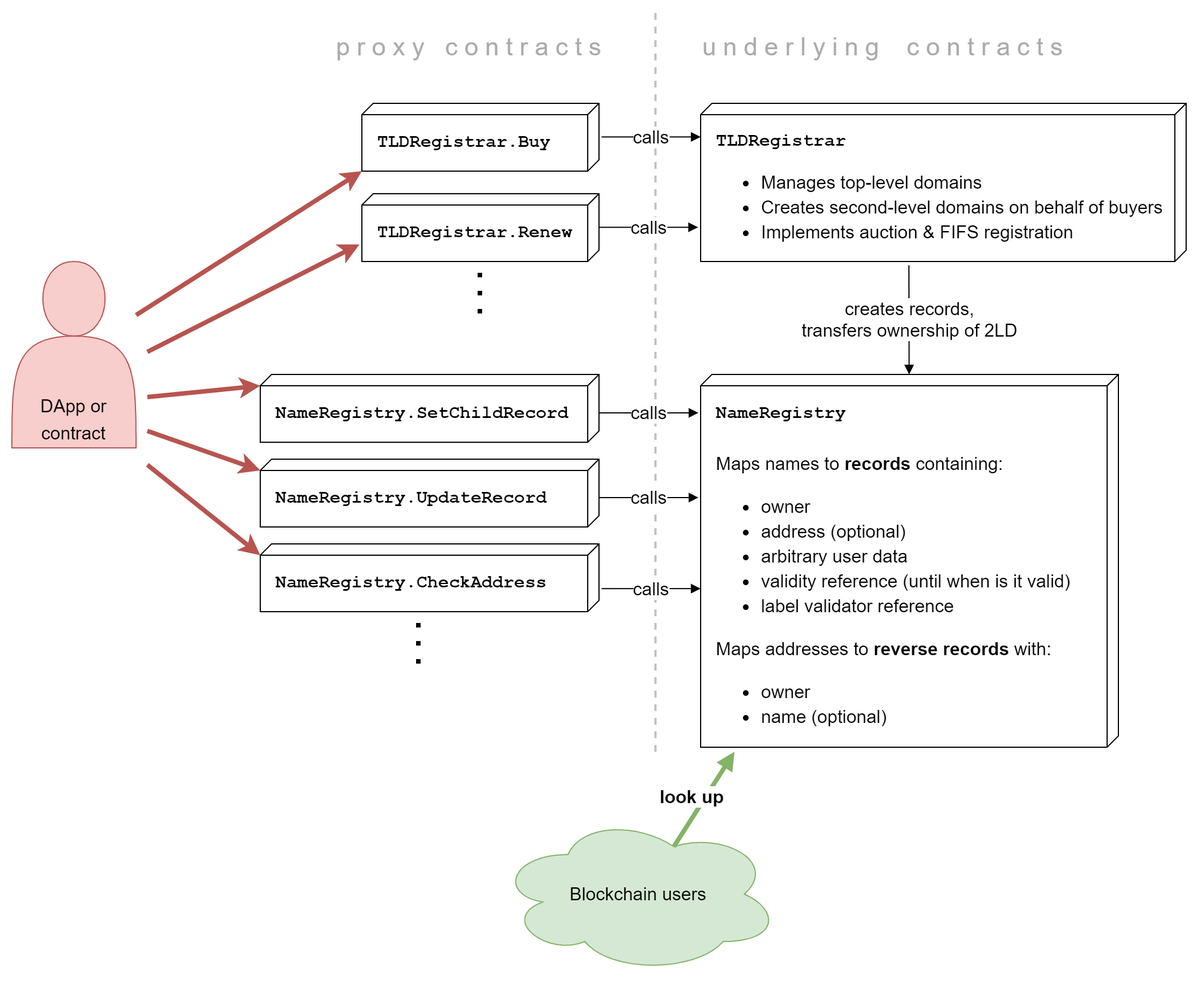
Earlier version of the draw.io export .gitbook/assets/smart_contracts.png (tezos-domains/docs). Source tidied: cells renumbered, new cells last; positions are measured from the earlier drawing's top-left corner, leaving out a move shared by most shapes.
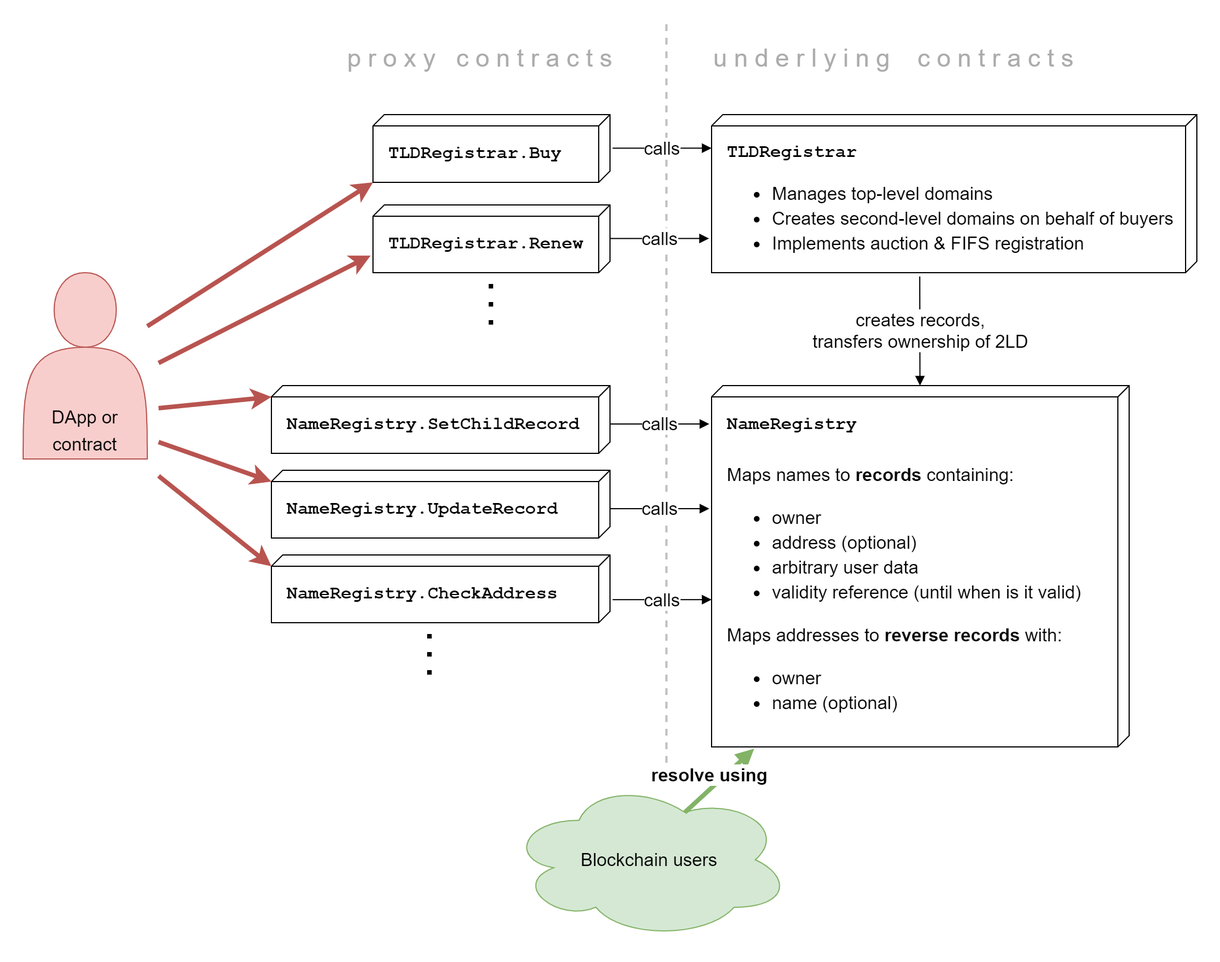
After the change.

Commit message:
GitBook: [master] no pages and one asset modified

What changed in the source:
```diff
@@ -8,8 +8,8 @@
         <mxPoint x="570" y="660" as="targetPoint" />
       </mxGeometry>
     </mxCell>
-    <mxCell id="3" value="&lt;font style=&quot;line-height: 140%&quot;&gt;&lt;font face=&quot;Courier New&quot;&gt;&lt;b&gt;&lt;font style=&quot;font-size: 16px&quot;&gt;NameRegistry&lt;/font&gt;&lt;br style=&quot;font-size: 16px&quot;&gt;&lt;br style=&quot;font-size: 16px&quot;&gt;&lt;/b&gt;&lt;/font&gt;Maps names to &lt;b&gt;records&lt;/b&gt; containing:&lt;br&gt;&lt;ul style=&quot;font-size: 16px&quot;&gt;&lt;li&gt;&lt;font style=&quot;font-size: 16px&quot;&gt;owner&lt;/font&gt;&lt;/li&gt;&lt;li&gt;address (optional)&lt;/li&gt;&lt;li&gt;&lt;span&gt;arbitrary user data&lt;/span&gt;&lt;/li&gt;&lt;li&gt;&lt;span&gt;validity reference (until when is&amp;nbsp;&lt;/span&gt;it valid)&lt;/li&gt;&lt;li&gt;label validator reference&lt;/li&gt;&lt;/ul&gt;&lt;div&gt;Maps addresses to &lt;b&gt;reverse records&lt;/b&gt; with:&lt;br&gt;&lt;ul style=&quot;line-height: 22.4px&quot;&gt;&lt;li&gt;owner&lt;/li&gt;&lt;li&gt;name (optional)&lt;/li&gt;&lt;/ul&gt;&lt;/div&gt;&lt;/font&gt;" style="verticalAlign=top;align=left;spacingTop=16;spacingLeft=12;spacingRight=12;shape=cube;size=10;direction=south;fontStyle=0;html=1;fontSize=16;fontColor=#000000;whiteSpace=wrap;" parent="1" vertex="1">
-      <mxGeometry x="610" y="320" width="370" height="330" as="geometry" />
+    <mxCell id="3" value="&lt;font style=&quot;line-height: 140%&quot;&gt;&lt;font face=&quot;Courier New&quot;&gt;&lt;b&gt;&lt;font style=&quot;font-size: 16px&quot;&gt;NameRegistry&lt;/font&gt;&lt;br style=&quot;font-size: 16px&quot;&gt;&lt;br style=&quot;font-size: 16px&quot;&gt;&lt;/b&gt;&lt;/font&gt;Maps names to &lt;b&gt;records&lt;/b&gt; containing:&lt;br&gt;&lt;ul style=&quot;font-size: 16px&quot;&gt;&lt;li&gt;&lt;font style=&quot;font-size: 16px&quot;&gt;owner&lt;/font&gt;&lt;/li&gt;&lt;li&gt;address (optional)&lt;/li&gt;&lt;li&gt;&lt;span&gt;arbitrary user data&lt;/span&gt;&lt;/li&gt;&lt;li&gt;&lt;span&gt;validity reference (until when is&amp;nbsp;&lt;/span&gt;it valid)&lt;/li&gt;&lt;/ul&gt;&lt;div&gt;Maps addresses to &lt;b&gt;reverse records&lt;/b&gt; with:&lt;br&gt;&lt;ul style=&quot;line-height: 22.4px&quot;&gt;&lt;li&gt;owner&lt;/li&gt;&lt;li&gt;name (optional)&lt;/li&gt;&lt;/ul&gt;&lt;/div&gt;&lt;/font&gt;" style="verticalAlign=top;align=left;spacingTop=16;spacingLeft=12;spacingRight=12;shape=cube;size=10;direction=south;fontStyle=0;html=1;fontSize=16;fontColor=#000000;whiteSpace=wrap;" parent="1" vertex="1">
+      <mxGeometry x="610" y="320" width="370" height="320" as="geometry" />
     </mxCell>
     <mxCell id="4" value="&lt;font&gt;&lt;font style=&quot;font-weight: bold ; font-family: &amp;#34;courier new&amp;#34; ; font-size: 16px&quot;&gt;TLDRegistrar&lt;/font&gt;&lt;br style=&quot;font-size: 16px&quot;&gt;&lt;ul style=&quot;line-height: 140%&quot;&gt;&lt;li&gt;&lt;font&gt;Manages top-level domains&lt;/font&gt;&lt;/li&gt;&lt;li&gt;&lt;font&gt;Creates second-level domains on behalf of buyers&lt;/font&gt;&lt;/li&gt;&lt;li&gt;&lt;font&gt;Implements auction &amp;amp; FIFS registration&lt;/font&gt;&lt;/li&gt;&lt;/ul&gt;&lt;/font&gt;" style="verticalAlign=top;align=left;spacingTop=16;spacingLeft=12;spacingRight=12;shape=cube;size=10;direction=south;fontStyle=0;html=1;fontSize=16;fontColor=#000000;" parent="1" vertex="1">
       <mxGeometry x="610" y="80" width="430" height="140" as="geometry" />
@@ -30,11 +30,10 @@
       </mxGeometry>
     </mxCell>
     <mxCell id="9" value="Blockchain users" style="ellipse;shape=cloud;whiteSpace=wrap;html=1;fontSize=16;fillColor=#d5e8d4;strokeColor=#82b366;" parent="1" vertex="1">
-      <mxGeometry x="430" y="710" width="250" height="140" as="geometry" />
+      <mxGeometry x="430" y="670" width="250" height="140" as="geometry" />
     </mxCell>
-    <mxCell id="10" value="look up" style="html=1;verticalAlign=middle;endArrow=block;fontSize=16;fillColor=#d5e8d4;strokeColor=#82b366;strokeWidth=4;fontStyle=1;exitX=0.625;exitY=0.2;exitDx=0;exitDy=0;exitPerimeter=0;" parent="1" edge="1" source="9">
+    <mxCell id="10" value="resolve using" style="html=1;verticalAlign=middle;endArrow=block;fontSize=16;fillColor=#d5e8d4;strokeColor=#82b366;strokeWidth=4;fontStyle=1;exitX=0.625;exitY=0.2;exitDx=0;exitDy=0;exitPerimeter=0;entryX=1.005;entryY=0.898;entryDx=0;entryDy=0;entryPerimeter=0;" parent="1" edge="1" source="9" target="3">
       <mxGeometry x="-0.07" y="9" relative="1" as="geometry">
-        <mxPoint x="640" y="654" as="targetPoint" />
         <mxPoint x="-1" as="offset" />
       </mxGeometry>
     </mxCell>
```
